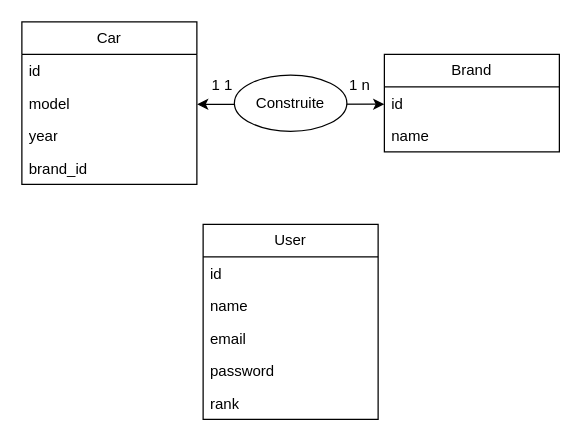
YvertHugo/CarCartalog keeps this draw.io diagram as Diagramme sans nom.drawio. Above is the earlier version. Source tidied: cells renumbered, new cells numbered last; positions are measured from the earlier drawing's top-left corner, leaving out a move shared by most shapes. Both pictures are drawn from the tidied source at 125%, with x=0, y=0 at pixel (21, 21).
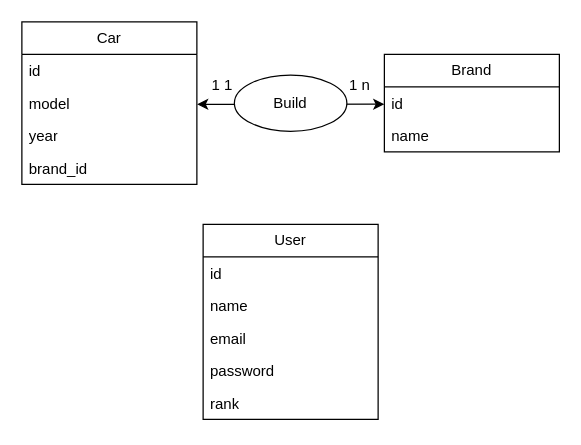
The same diagram, later.

Commit message:
Mettre à jour Diagramme sans nom.drawio

Change to the diagram source:
```diff
@@
 <mxGraphModel>
   <root>
     <mxCell id="0" />
     <mxCell id="1" parent="0" />
     <mxCell id="2" value="Brand" style="swimlane;fontStyle=0;horizontal=1;startSize=26;fillColor=none;whiteSpace=wrap;html=1;" parent="1" vertex="1">
       <mxGeometry x="290" y="26" width="140" height="78" as="geometry" />
     </mxCell>
     <mxCell id="3" value="id" style="text;strokeColor=none;fillColor=none;align=left;verticalAlign=top;spacingLeft=4;spacingRight=4;overflow=hidden;whiteSpace=wrap;html=1;" parent="2" vertex="1">
       <mxGeometry y="26" width="140" height="26" as="geometry" />
     </mxCell>
     <mxCell id="4" value="name" style="text;strokeColor=none;fillColor=none;align=left;verticalAlign=top;spacingLeft=4;spacingRight=4;overflow=hidden;whiteSpace=wrap;html=1;" parent="2" vertex="1">
       <mxGeometry y="52" width="140" height="26" as="geometry" />
     </mxCell>
     <mxCell id="5" value="Car" style="swimlane;fontStyle=0;horizontal=1;startSize=26;fillColor=none;whiteSpace=wrap;html=1;" parent="1" vertex="1">
       <mxGeometry width="140" height="130" as="geometry" />
     </mxCell>
     <mxCell id="6" value="id" style="text;strokeColor=none;fillColor=none;align=left;verticalAlign=top;spacingLeft=4;spacingRight=4;overflow=hidden;whiteSpace=wrap;html=1;" parent="5" vertex="1">
       <mxGeometry y="26" width="140" height="26" as="geometry" />
     </mxCell>
     <mxCell id="7" value="model" style="text;strokeColor=none;fillColor=none;align=left;verticalAlign=top;spacingLeft=4;spacingRight=4;overflow=hidden;whiteSpace=wrap;html=1;" parent="5" vertex="1">
       <mxGeometry y="52" width="140" height="26" as="geometry" />
     </mxCell>
     <mxCell id="8" value="year" style="text;strokeColor=none;fillColor=none;align=left;verticalAlign=top;spacingLeft=4;spacingRight=4;overflow=hidden;whiteSpace=wrap;html=1;" parent="5" vertex="1">
       <mxGeometry y="78" width="140" height="26" as="geometry" />
     </mxCell>
     <mxCell id="9" value="brand_id" style="text;strokeColor=none;fillColor=none;align=left;verticalAlign=top;spacingLeft=4;spacingRight=4;overflow=hidden;whiteSpace=wrap;html=1;" parent="5" vertex="1">
       <mxGeometry y="104" width="140" height="26" as="geometry" />
     </mxCell>
     <mxCell id="10" value="1 1" style="text;html=1;align=center;verticalAlign=middle;points=[];rounded=0;" parent="1" vertex="1">
       <mxGeometry x="140" y="36" width="40" height="30" as="geometry" />
     </mxCell>
     <mxCell id="11" value="1 n" style="text;html=1;align=center;verticalAlign=middle;points=[];strokeColor=none;fillColor=none;" parent="1" vertex="1">
       <mxGeometry x="250" y="36" width="40" height="30" as="geometry" />
     </mxCell>
     <mxCell id="12" style="endArrow=classic;startArrow=classic;html=1;rounded=0;exitX=0.004;exitY=0.999;exitDx=0;exitDy=0;entryX=1;entryY=0.995;entryDx=0;entryDy=0;entryPerimeter=0;exitPerimeter=0;" parent="1" edge="1" source="10" target="11">
       <mxGeometry relative="1" as="geometry" />
     </mxCell>
-    <mxCell id="13" value="Construite" style="ellipse;whiteSpace=wrap;html=1;" parent="1" vertex="1">
+    <mxCell id="13" value="Build" style="ellipse;whiteSpace=wrap;html=1;" parent="1" vertex="1">
       <mxGeometry x="170" y="42.5" width="90" height="45" as="geometry" />
     </mxCell>
     <mxCell id="14" value="User" style="swimlane;fontStyle=0;horizontal=1;startSize=26;fillColor=none;whiteSpace=wrap;html=1;" parent="1" vertex="1">
       <mxGeometry x="145" y="162" width="140" height="156" as="geometry" />
     </mxCell>
     <mxCell id="15" value="id" style="text;strokeColor=none;fillColor=none;align=left;verticalAlign=top;spacingLeft=4;spacingRight=4;overflow=hidden;whiteSpace=wrap;html=1;" parent="14" vertex="1">
       <mxGeometry y="26" width="140" height="26" as="geometry" />
     </mxCell>
     <mxCell id="16" value="name" style="text;strokeColor=none;fillColor=none;align=left;verticalAlign=top;spacingLeft=4;spacingRight=4;overflow=hidden;whiteSpace=wrap;html=1;" parent="14" vertex="1">
       <mxGeometry y="52" width="140" height="26" as="geometry" />
     </mxCell>
     <mxCell id="17" value="email" style="text;strokeColor=none;fillColor=none;align=left;verticalAlign=top;spacingLeft=4;spacingRight=4;overflow=hidden;whiteSpace=wrap;html=1;" parent="14" vertex="1">
       <mxGeometry y="78" width="140" height="26" as="geometry" />
     </mxCell>
     <mxCell id="18" value="password" style="text;strokeColor=none;fillColor=none;align=left;verticalAlign=top;spacingLeft=4;spacingRight=4;overflow=hidden;whiteSpace=wrap;html=1;" parent="14" vertex="1">
       <mxGeometry y="104" width="140" height="26" as="geometry" />
     </mxCell>
     <mxCell id="19" value="rank" style="text;strokeColor=none;fillColor=none;align=left;verticalAlign=top;spacingLeft=4;spacingRight=4;overflow=hidden;whiteSpace=wrap;html=1;" parent="14" vertex="1">
       <mxGeometry y="130" width="140" height="26" as="geometry" />
     </mxCell>
   </root>
 </mxGraphModel>
```
